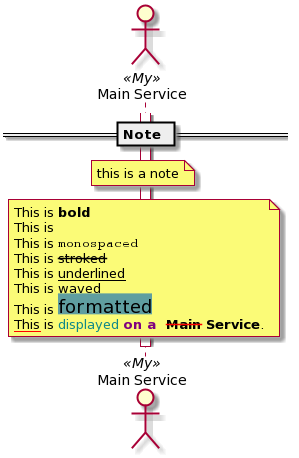
The PlantUML diagram docs/tuc/examples/note.png in TypedUseCase/tuc-console, before a commit. Source of this version:
```plantuml
@startuml


== Note ==

actor "Main Service" as MainService <<My>>

activate MainService
note over MainService: this is a note
note over MainService
This is **bold**
This is
This is ""monospaced""
This is --stroked--
This is __underlined__
This is ~~waved~~
This is <back:cadetblue><size:18>formatted</size></back>
<u:red>This</u> is <color #118888>displayed</color> **<color purple>on a </color> <s:red>Main</strike> Service**.
end note

deactivate MainService
@enduml
```
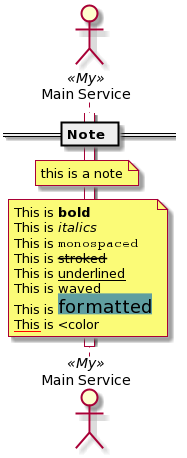
After the commit.

Change to the diagram source:
```diff
@@ -9,13 +9,13 @@
 note over MainService: this is a note
 note over MainService
 This is **bold**
-This is
+This is //italics//
 This is ""monospaced""
 This is --stroked--
 This is __underlined__
 This is ~~waved~~
 This is <back:cadetblue><size:18>formatted</size></back>
-<u:red>This</u> is <color #118888>displayed</color> **<color purple>on a </color> <s:red>Main</strike> Service**.
+<u:red>This</u> is <color
 end note
 
 deactivate MainService
```
